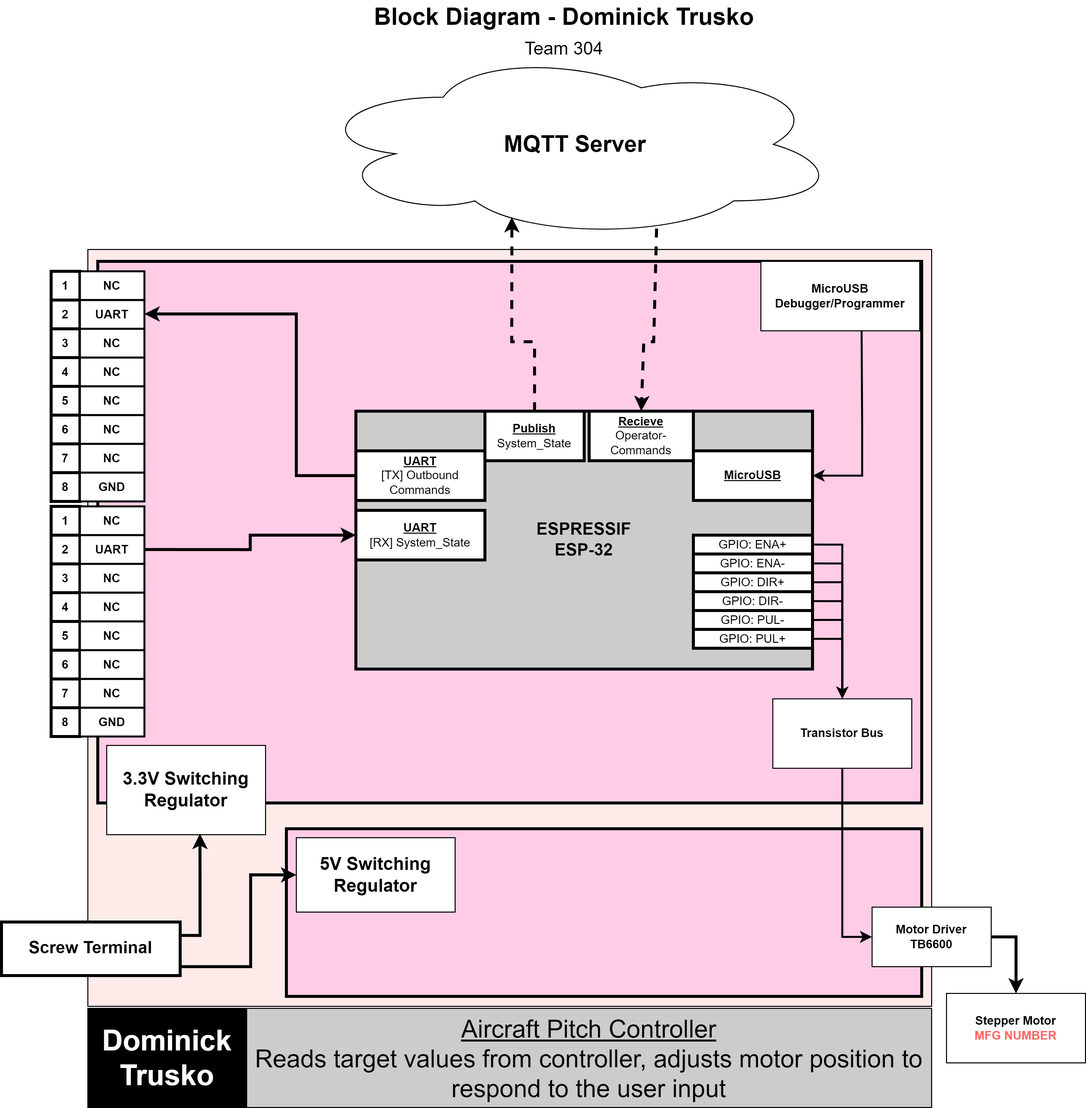
Before: media/Block_Diagram/BlockDiagram.png, a diagram exported from draw.io (RecPal/DomTrusko304.github.io). Source tidied: cells renumbered, new cells last; positions are measured from the earlier drawing's top-left corner, leaving out a move shared by most shapes.
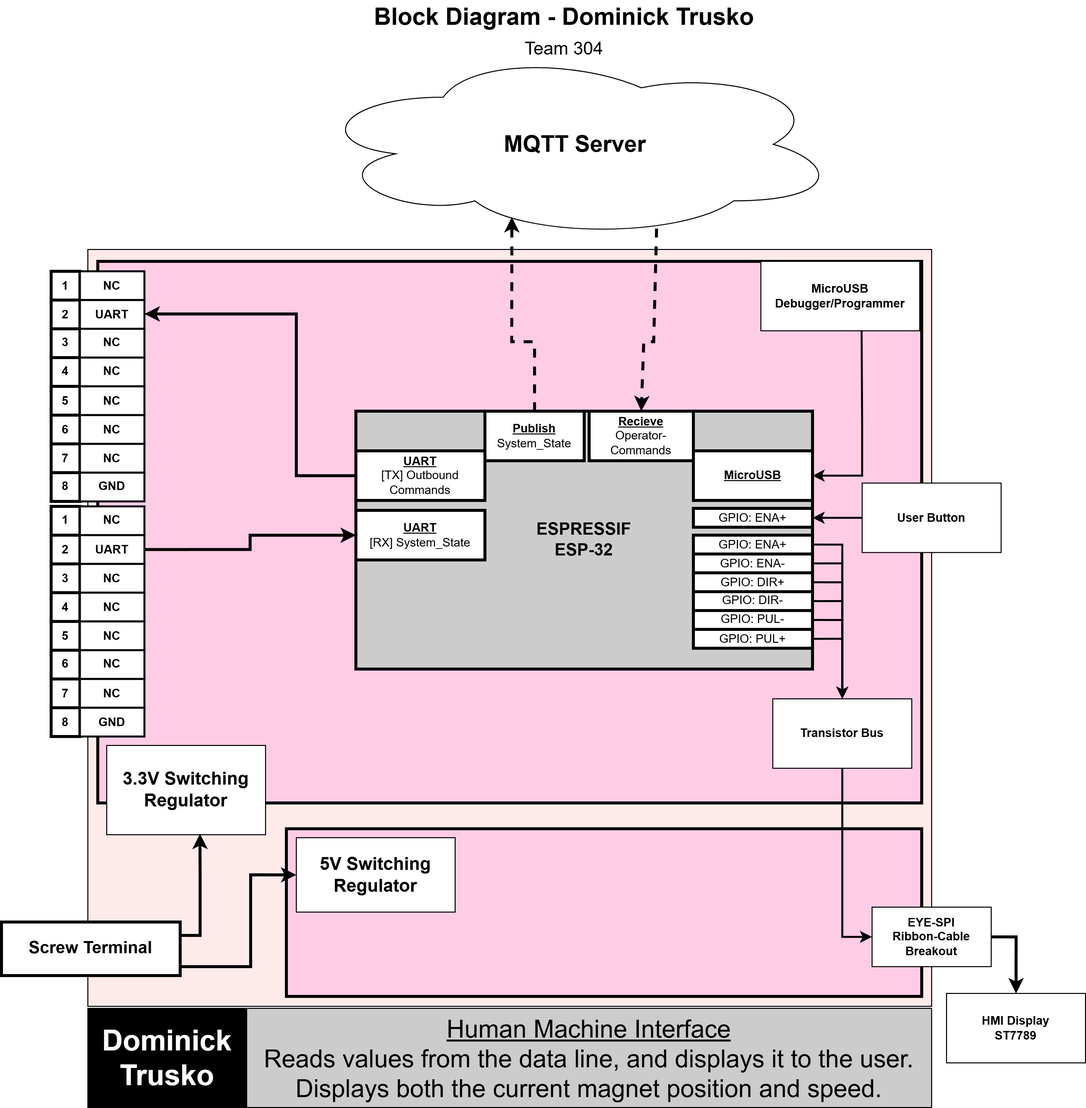
Later version of the same file.

Change to the diagram source:
```diff
@@ -8,7 +8,7 @@
     <mxCell id="3" value="Dominick&lt;br&gt;Trusko" style="rounded=0;whiteSpace=wrap;html=1;fontStyle=1;fontSize=29;fillColor=#000000;fontColor=#FFFFFF;" parent="1" vertex="1">
       <mxGeometry x="87" y="1016" width="160" height="100" as="geometry" />
     </mxCell>
-    <mxCell id="4" value="&lt;span style=&quot;font-weight: 400;&quot;&gt;&lt;u&gt;Aircraft Pitch Controller&lt;/u&gt;&lt;/span&gt;&lt;div&gt;&lt;span style=&quot;font-weight: 400;&quot;&gt;Reads target values from controller, adjusts motor position to respond to the user input&lt;/span&gt;&lt;/div&gt;" style="rounded=0;whiteSpace=wrap;html=1;fontStyle=1;fontSize=25;fillColor=#CCCCCC;" parent="1" vertex="1">
+    <mxCell id="4" value="&lt;span style=&quot;font-weight: 400;&quot;&gt;&lt;u&gt;Human Machine Interface&lt;/u&gt;&lt;/span&gt;&lt;div&gt;&lt;span style=&quot;font-weight: 400;&quot;&gt;Reads values from the data line, and displays it to the user. Displays both the current magnet position and speed.&lt;/span&gt;&lt;/div&gt;" style="rounded=0;whiteSpace=wrap;html=1;fontStyle=1;fontSize=25;fillColor=#CCCCCC;" parent="1" vertex="1">
       <mxGeometry x="247" y="1016" width="690" height="100" as="geometry" />
     </mxCell>
     <mxCell id="5" style="rounded=0;whiteSpace=wrap;html=1;fillColor=#FFCCE6;strokeWidth=3;gradientColor=none;fillStyle=auto;" parent="1" vertex="1">
@@ -75,7 +75,7 @@
     <mxCell id="19" value="Transistor Bus" style="rounded=0;whiteSpace=wrap;html=1;fontStyle=1;" parent="1" vertex="1">
       <mxGeometry x="777" y="704" width="140" height="70" as="geometry" />
     </mxCell>
-    <mxCell id="20" value="Stepper Motor&lt;br&gt;&lt;font style=&quot;color: rgb(255, 102, 102);&quot;&gt;MFG NUMBER&lt;/font&gt;" style="rounded=0;whiteSpace=wrap;html=1;fontStyle=1;" parent="1" vertex="1">
+    <mxCell id="20" value="HMI Display&lt;br&gt;ST7789" style="rounded=0;whiteSpace=wrap;html=1;fontStyle=1;" parent="1" vertex="1">
       <mxGeometry x="952" y="1001" width="140" height="70" as="geometry" />
     </mxCell>
     <mxCell id="21" value="&lt;u style=&quot;font-weight: bold;&quot;&gt;UART&lt;/u&gt;&lt;br&gt;[RX] System_State" style="rounded=0;whiteSpace=wrap;html=1;strokeWidth=3;" parent="1" vertex="1">
@@ -120,7 +120,7 @@
     <mxCell id="30" style="edgeStyle=orthogonalEdgeStyle;rounded=0;jettySize=auto;html=1;exitX=1;exitY=0.5;exitDx=0;exitDy=0;entryX=0.5;entryY=0;entryDx=0;entryDy=0;strokeWidth=3;" parent="1" edge="1" source="31" target="20">
       <mxGeometry relative="1" as="geometry" />
     </mxCell>
-    <mxCell id="31" value="&lt;b&gt;Motor Driver&lt;/b&gt;&lt;div&gt;&lt;b&gt;&lt;font style=&quot;color: rgb(0, 0, 0);&quot;&gt;TB6600&lt;/font&gt;&lt;/b&gt;&lt;/div&gt;" style="rounded=0;whiteSpace=wrap;html=1;" parent="1" vertex="1">
+    <mxCell id="31" value="&lt;b&gt;EYE-SPI&lt;br&gt;Ribbon-Cable&lt;br&gt;Breakout&lt;/b&gt;" style="rounded=0;whiteSpace=wrap;html=1;" parent="1" vertex="1">
       <mxGeometry x="877" y="914" width="120" height="60" as="geometry" />
     </mxCell>
     <mxCell id="32" style="edgeStyle=orthogonalEdgeStyle;rounded=0;jettySize=auto;html=1;exitX=1;exitY=0.5;exitDx=0;exitDy=0;entryX=0.5;entryY=0;entryDx=0;entryDy=0;strokeWidth=2;" parent="1" edge="1" source="33" target="19">
@@ -261,5 +261,14 @@
     <mxCell id="77" value="GND" style="rounded=0;whiteSpace=wrap;html=1;strokeWidth=2;fontStyle=1;" parent="61" vertex="1">
       <mxGeometry x="29" y="203" width="65" height="29" as="geometry" />
     </mxCell>
+    <mxCell id="78" value="GPIO: ENA+" style="rounded=0;whiteSpace=wrap;html=1;strokeWidth=3;" parent="1" vertex="1">
+      <mxGeometry x="697" y="512" width="120" height="19" as="geometry" />
+    </mxCell>
+    <mxCell id="79" style="edgeStyle=orthogonalEdgeStyle;rounded=0;jettySize=auto;html=1;exitX=0;exitY=0.5;exitDx=0;exitDy=0;entryX=1;entryY=0.5;entryDx=0;entryDy=0;strokeWidth=2;" parent="1" edge="1" source="80" target="78">
+      <mxGeometry relative="1" as="geometry" />
+    </mxCell>
+    <mxCell id="80" value="User Button" style="rounded=0;whiteSpace=wrap;html=1;fontStyle=1;" parent="1" vertex="1">
+      <mxGeometry x="867" y="486.5" width="140" height="70" as="geometry" />
+    </mxCell>
   </root>
 </mxGraphModel>
```
